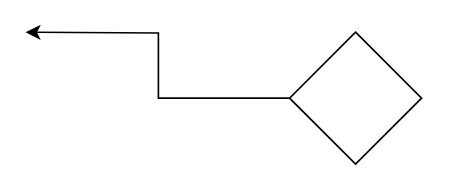
Before: MicroFlowchart.drawio in JohnDunthorne/FlowChart, a draw.io diagram. Source tidied: cells renumbered, new cells numbered last; positions are measured from the earlier drawing's top-left corner, leaving out a move shared by most shapes. Both pictures are drawn from the tidied source at 165%, with x=0, y=0 at pixel (25, 31).
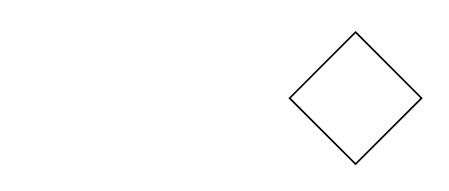
After the change.

Diff of the diagram source:
```diff
@@
 <mxGraphModel>
   <root>
     <mxCell id="0" />
     <mxCell id="1" parent="0" />
-    <mxCell id="2" style="edgeStyle=orthogonalEdgeStyle;rounded=0;jettySize=auto;html=1;" parent="1" edge="1" source="3">
-      <mxGeometry relative="1" as="geometry">
-        <mxPoint as="targetPoint" />
-      </mxGeometry>
-    </mxCell>
     <mxCell id="3" style="rhombus;whiteSpace=wrap;html=1;" parent="1" vertex="1">
       <mxGeometry x="160" width="80" height="80" as="geometry" />
     </mxCell>
   </root>
 </mxGraphModel>
```
